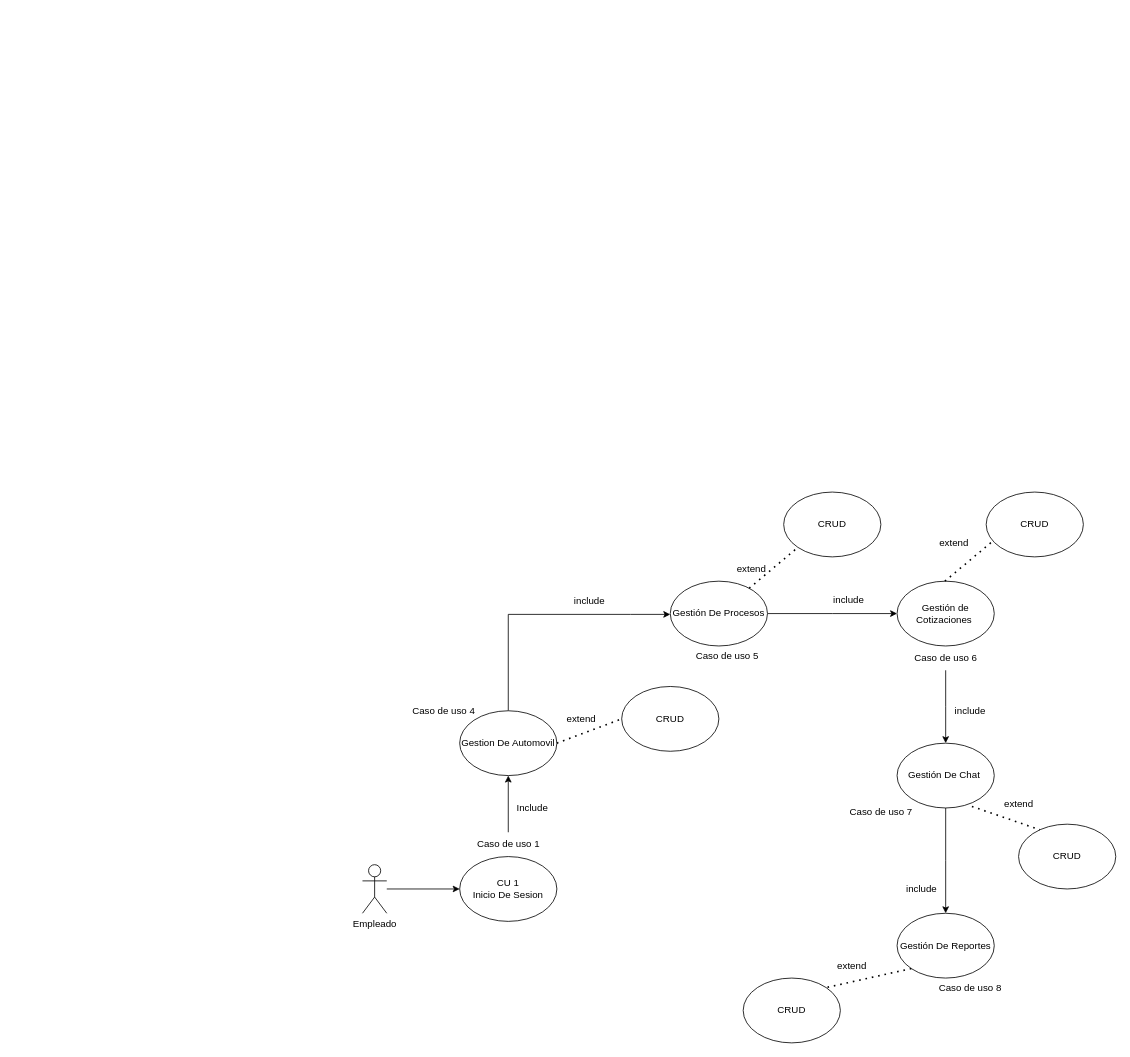
Earlier version of the draw.io diagram page "Empleado" (3 of 4) of Diagrama General FPC.drawio (Zarpien06/ADSO-FPC). Source tidied: cells renumbered, new cells numbered last; positions are measured from the earlier drawing's top-left corner, leaving out a move shared by most shapes. Both pictures are drawn from the tidied source at 81%, with x=0, y=0 at pixel (362, 492).
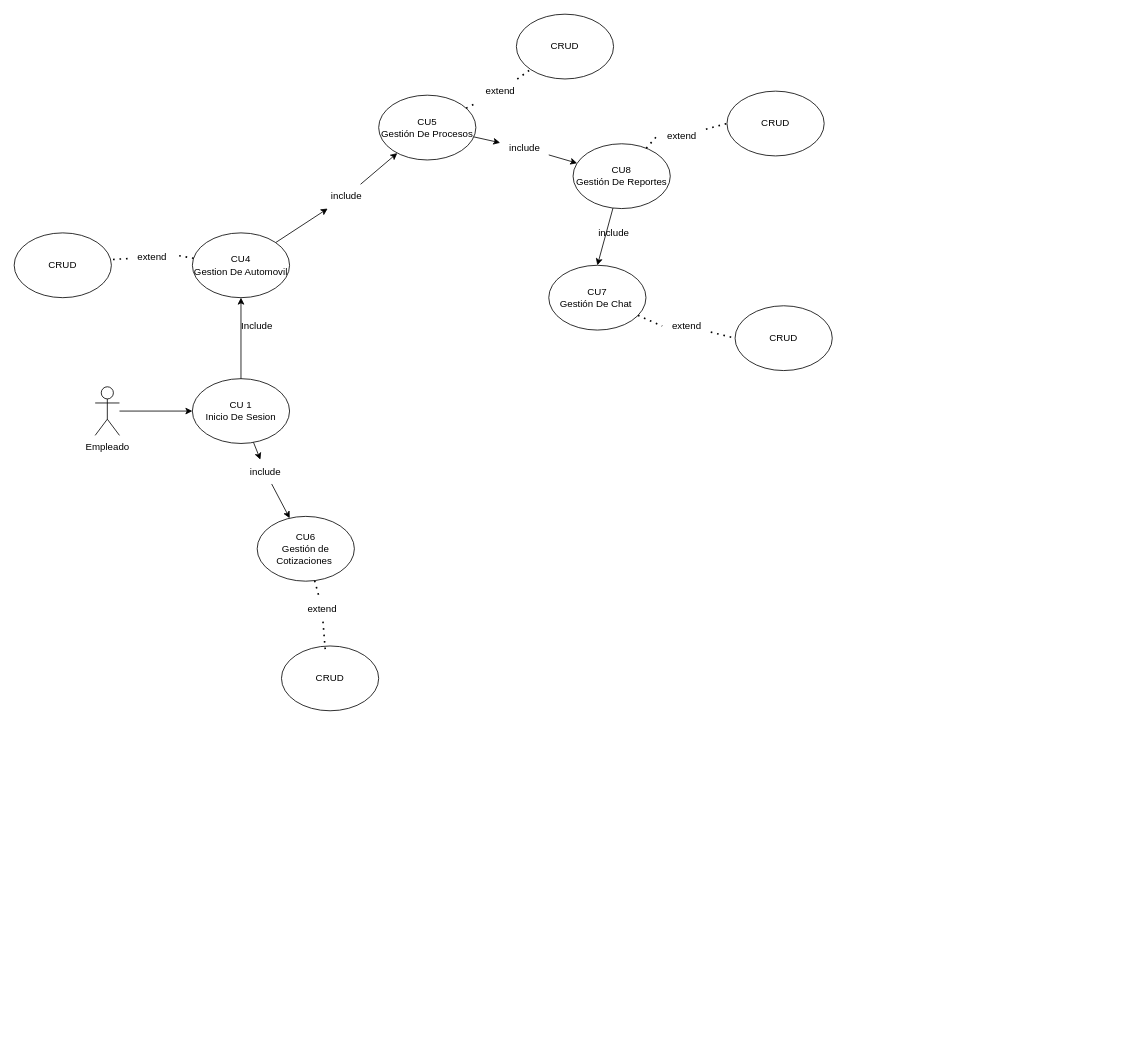
Above is the later version.

Diff of the diagram source:
```diff
@@
     <mxCell id="2" value="Empleado" style="shape=umlActor;verticalLabelPosition=bottom;verticalAlign=top;html=1;outlineConnect=0;" parent="1" vertex="1">
-      <mxGeometry y="460" width="30" height="60" as="geometry" />
+      <mxGeometry x="-330" y="-130" width="30" height="60" as="geometry" />
     </mxCell>
     <mxCell id="3" value="&lt;div&gt;CU 1&lt;/div&gt;Inicio De Sesion" style="ellipse;whiteSpace=wrap;html=1;" parent="1" vertex="1">
-      <mxGeometry x="120" y="450" width="120" height="80" as="geometry" />
+      <mxGeometry x="-210" y="-140" width="120" height="80" as="geometry" />
     </mxCell>
-    <mxCell id="4" style="edgeStyle=orthogonalEdgeStyle;rounded=0;jettySize=auto;html=1;exitX=0.5;exitY=0;exitDx=0;exitDy=0;" parent="1" edge="1" source="5">
-      <mxGeometry relative="1" as="geometry">
-        <mxPoint x="380" y="151" as="targetPoint" />
-        <Array as="points">
-          <mxPoint x="180" y="151" />
-          <mxPoint x="331" y="151" />
-        </Array>
-      </mxGeometry>
-    </mxCell>
-    <mxCell id="5" value="Gestion De Automovil" style="ellipse;whiteSpace=wrap;html=1;" parent="1" vertex="1">
-      <mxGeometry x="120" y="270" width="120" height="80" as="geometry" />
+    <mxCell id="5" value="CU4&lt;div&gt;Gestion De Automovil&lt;/div&gt;" style="ellipse;whiteSpace=wrap;html=1;" parent="1" vertex="1">
+      <mxGeometry x="-210" y="-320" width="120" height="80" as="geometry" />
     </mxCell>
-    <mxCell id="6" style="edgeStyle=orthogonalEdgeStyle;rounded=0;jettySize=auto;html=1;exitX=1;exitY=0.5;exitDx=0;exitDy=0;" parent="1" edge="1" source="7">
-      <mxGeometry relative="1" as="geometry">
-        <mxPoint x="660" y="150" as="targetPoint" />
-      </mxGeometry>
-    </mxCell>
-    <mxCell id="7" value="Gestión De Procesos" style="ellipse;whiteSpace=wrap;html=1;" parent="1" vertex="1">
-      <mxGeometry x="380" y="110" width="120" height="80" as="geometry" />
+    <mxCell id="7" value="CU5&lt;div&gt;Gestión De Procesos&lt;/div&gt;" style="ellipse;whiteSpace=wrap;html=1;" parent="1" vertex="1">
+      <mxGeometry x="20" y="-490" width="120" height="80" as="geometry" />
     </mxCell>
-    <mxCell id="8" value="Gestión de Cotizaciones&amp;nbsp;" style="ellipse;whiteSpace=wrap;html=1;" parent="1" vertex="1">
-      <mxGeometry x="660" y="110" width="120" height="80" as="geometry" />
+    <mxCell id="8" value="CU6&lt;div&gt;Gestión de Cotizaciones&amp;nbsp;&lt;/div&gt;" style="ellipse;whiteSpace=wrap;html=1;" parent="1" vertex="1">
+      <mxGeometry x="-130" y="30" width="120" height="80" as="geometry" />
     </mxCell>
-    <mxCell id="9" style="edgeStyle=orthogonalEdgeStyle;rounded=0;jettySize=auto;html=1;exitX=0.5;exitY=1;exitDx=0;exitDy=0;" parent="1" edge="1" source="10">
-      <mxGeometry relative="1" as="geometry">
-        <mxPoint x="720" y="520" as="targetPoint" />
-      </mxGeometry>
-    </mxCell>
-    <mxCell id="10" value="Gestión De Chat&amp;nbsp;" style="ellipse;whiteSpace=wrap;html=1;" parent="1" vertex="1">
-      <mxGeometry x="660" y="310" width="120" height="80" as="geometry" />
+    <mxCell id="10" value="CU7&lt;div&gt;Gestión De Chat&amp;nbsp;&lt;/div&gt;" style="ellipse;whiteSpace=wrap;html=1;" parent="1" vertex="1">
+      <mxGeometry x="230" y="-280" width="120" height="80" as="geometry" />
     </mxCell>
-    <mxCell id="11" value="Gestión De Reportes" style="ellipse;whiteSpace=wrap;html=1;" parent="1" vertex="1">
-      <mxGeometry x="660" y="520" width="120" height="80" as="geometry" />
+    <mxCell id="11" value="CU8&lt;div&gt;Gestión De Reportes&lt;/div&gt;" style="ellipse;whiteSpace=wrap;html=1;" parent="1" vertex="1">
+      <mxGeometry x="260" y="-430" width="120" height="80" as="geometry" />
     </mxCell>
     <mxCell id="12" value="CRUD" style="ellipse;whiteSpace=wrap;html=1;" parent="1" vertex="1">
-      <mxGeometry x="320" y="240" width="120" height="80" as="geometry" />
+      <mxGeometry x="-430" y="-320" width="120" height="80" as="geometry" />
     </mxCell>
-    <mxCell id="13" style="endArrow=none;dashed=1;html=1;dashPattern=1 3;strokeWidth=2;rounded=0;entryX=0;entryY=0.5;entryDx=0;entryDy=0;exitX=1;exitY=0.5;exitDx=0;exitDy=0;" parent="1" edge="1" source="5" target="12">
-      <mxGeometry relative="1" as="geometry" />
-    </mxCell>
@@
     <mxCell id="15" value="CRUD" style="ellipse;whiteSpace=wrap;html=1;" parent="1" vertex="1">
-      <mxGeometry x="810" y="410" width="120" height="80" as="geometry" />
+      <mxGeometry x="460" y="-230" width="120" height="80" as="geometry" />
     </mxCell>
     <mxCell id="16" value="CRUD" style="ellipse;whiteSpace=wrap;html=1;" parent="1" vertex="1">
-      <mxGeometry x="520" width="120" height="80" as="geometry" />
+      <mxGeometry x="190" y="-590" width="120" height="80" as="geometry" />
     </mxCell>
     <mxCell id="17" value="CRUD" style="ellipse;whiteSpace=wrap;html=1;" parent="1" vertex="1">
-      <mxGeometry x="470" y="600" width="120" height="80" as="geometry" />
+      <mxGeometry x="450" y="-495" width="120" height="80" as="geometry" />
     </mxCell>
-    <mxCell id="18" style="endArrow=none;dashed=1;html=1;dashPattern=1 3;strokeWidth=2;rounded=0;entryX=1;entryY=0;entryDx=0;entryDy=0;exitX=0;exitY=1;exitDx=0;exitDy=0;" parent="1" edge="1" source="11" target="17">
-      <mxGeometry relative="1" as="geometry" />
-    </mxCell>
-    <mxCell id="19" style="endArrow=none;dashed=1;html=1;dashPattern=1 3;strokeWidth=2;rounded=0;entryX=0.22;entryY=0.087;entryDx=0;entryDy=0;entryPerimeter=0;exitX=0.77;exitY=0.976;exitDx=0;exitDy=0;exitPerimeter=0;" parent="1" edge="1" source="10" target="15">
-      <mxGeometry relative="1" as="geometry" />
-    </mxCell>
-    <mxCell id="20" style="endArrow=none;dashed=1;html=1;dashPattern=1 3;strokeWidth=2;rounded=0;entryX=0;entryY=1;entryDx=0;entryDy=0;" parent="1" edge="1" source="7" target="16">
+    <mxCell id="20" style="endArrow=none;dashed=1;html=1;dashPattern=1 3;strokeWidth=2;rounded=0;entryX=0;entryY=1;entryDx=0;entryDy=0;" parent="1" edge="1" source="26" target="16">
       <mxGeometry relative="1" as="geometry" />
     </mxCell>
-    <mxCell id="21" style="edgeStyle=orthogonalEdgeStyle;rounded=0;jettySize=auto;html=1;entryX=0.5;entryY=1;entryDx=0;entryDy=0;" parent="1" edge="1" source="22" target="5">
+    <mxCell id="21" style="edgeStyle=orthogonalEdgeStyle;rounded=0;jettySize=auto;html=1;entryX=0.5;entryY=1;entryDx=0;entryDy=0;exitX=0.5;exitY=0;exitDx=0;exitDy=0;" parent="1" edge="1" source="3" target="5">
       <mxGeometry relative="1" as="geometry" />
     </mxCell>
-    <mxCell id="22" value="Caso de uso 1" style="text;html=1;align=center;verticalAlign=middle;points=[];strokeColor=none;fillColor=none;" parent="1" vertex="1">
-      <mxGeometry x="130" y="420" width="100" height="30" as="geometry" />
-    </mxCell>
     <mxCell id="23" value="Include" style="text;html=1;align=center;verticalAlign=middle;whiteSpace=wrap;rounded=0;" parent="1" vertex="1">
-      <mxGeometry x="180" y="375" width="60" height="30" as="geometry" />
+      <mxGeometry x="-160" y="-220" width="60" height="30" as="geometry" />
     </mxCell>
+    <mxCell id="30" value="CRUD" style="ellipse;whiteSpace=wrap;html=1;" parent="1" vertex="1">
+      <mxGeometry x="-100" y="190" width="120" height="80" as="geometry" />
+    </mxCell>
+    <mxCell id="36" value="include" style="text;html=1;align=center;verticalAlign=middle;strokeColor=none;fillColor=none;" parent="1" vertex="1">
+      <mxGeometry x="280" y="-335" width="60" height="30" as="geometry" />
+    </mxCell>
+    <mxCell id="41" style="endArrow=classic;html=1;rounded=0;" parent="1" edge="1" source="28" target="7">
+      <mxGeometry relative="1" as="geometry" />
+    </mxCell>
+    <mxCell id="42" style="endArrow=none;dashed=1;html=1;dashPattern=1 3;strokeWidth=2;rounded=0;entryX=0.983;entryY=0.413;entryDx=0;entryDy=0;entryPerimeter=0;" parent="1" edge="1" source="24" target="12">
+      <mxGeometry relative="1" as="geometry" />
+    </mxCell>
+    <mxCell id="43" style="endArrow=none;dashed=1;html=1;dashPattern=1 3;strokeWidth=2;rounded=0;entryX=0;entryY=0.5;entryDx=0;entryDy=0;" parent="1" edge="1" source="35" target="15">
+      <mxGeometry relative="1" as="geometry" />
+    </mxCell>
+    <mxCell id="44" style="endArrow=none;dashed=1;html=1;dashPattern=1 3;strokeWidth=2;rounded=0;entryX=0;entryY=0.5;entryDx=0;entryDy=0;" parent="1" edge="1" source="32" target="17">
+      <mxGeometry relative="1" as="geometry" />
+    </mxCell>
+    <mxCell id="45" style="endArrow=none;dashed=1;html=1;dashPattern=1 3;strokeWidth=2;rounded=0;entryX=0.45;entryY=0.05;entryDx=0;entryDy=0;entryPerimeter=0;" parent="1" edge="1" source="38" target="30">
+      <mxGeometry relative="1" as="geometry" />
+    </mxCell>
+    <mxCell id="46" style="endArrow=classic;html=1;rounded=0;" parent="1" edge="1" source="39" target="8">
+      <mxGeometry relative="1" as="geometry" />
+    </mxCell>
+    <mxCell id="47" style="endArrow=classic;html=1;rounded=0;entryX=0.5;entryY=0;entryDx=0;entryDy=0;" parent="1" edge="1" source="11" target="10">
+      <mxGeometry relative="1" as="geometry" />
+    </mxCell>
+    <mxCell id="48" style="endArrow=classic;html=1;rounded=0;" parent="1" edge="1" source="31" target="11">
+      <mxGeometry relative="1" as="geometry" />
+    </mxCell>
+    <mxCell id="49" style="endArrow=none;dashed=1;html=1;dashPattern=1 3;strokeWidth=2;rounded=0;entryX=0;entryY=0.5;entryDx=0;entryDy=0;" parent="1" edge="1" source="11" target="32">
+      <mxGeometry relative="1" as="geometry" />
+    </mxCell>
+    <mxCell id="32" value="extend" style="text;html=1;align=center;verticalAlign=middle;points=[];strokeColor=none;fillColor=none;" parent="1" vertex="1">
+      <mxGeometry x="364" y="-455" width="60" height="30" as="geometry" />
+    </mxCell>
+    <mxCell id="50" style="endArrow=none;dashed=1;html=1;dashPattern=1 3;strokeWidth=2;rounded=0;entryX=0;entryY=1;entryDx=0;entryDy=0;" parent="1" edge="1" source="7" target="26">
+      <mxGeometry relative="1" as="geometry" />
+    </mxCell>
+    <mxCell id="26" value="e&lt;span style=&quot;background-color: initial;&quot;&gt;xtend&lt;/span&gt;" style="text;html=1;align=center;verticalAlign=middle;points=[];strokeColor=none;fillColor=none;" parent="1" vertex="1">
+      <mxGeometry x="140" y="-510" width="60" height="30" as="geometry" />
+    </mxCell>
+    <mxCell id="51" style="endArrow=none;dashed=1;html=1;dashPattern=1 3;strokeWidth=2;rounded=0;entryX=0;entryY=0.5;entryDx=0;entryDy=0;" parent="1" edge="1" source="10" target="35">
+      <mxGeometry relative="1" as="geometry" />
+    </mxCell>
+    <mxCell id="35" value="extend" style="text;html=1;align=center;verticalAlign=middle;points=[];strokeColor=none;fillColor=none;" parent="1" vertex="1">
+      <mxGeometry x="370" y="-220" width="60" height="30" as="geometry" />
+    </mxCell>
+    <mxCell id="52" style="endArrow=classic;html=1;rounded=0;" parent="1" edge="1" source="5" target="28">
+      <mxGeometry relative="1" as="geometry" />
+    </mxCell>
+    <mxCell id="28" value="include" style="text;html=1;align=center;verticalAlign=middle;points=[];strokeColor=none;fillColor=none;" parent="1" vertex="1">
+      <mxGeometry x="-50" y="-380" width="60" height="30" as="geometry" />
+    </mxCell>
+    <mxCell id="53" style="endArrow=none;dashed=1;html=1;dashPattern=1 3;strokeWidth=2;rounded=0;entryX=0.983;entryY=0.413;entryDx=0;entryDy=0;entryPerimeter=0;" parent="1" edge="1" source="5" target="24">
+      <mxGeometry relative="1" as="geometry" />
+    </mxCell>
     <mxCell id="24" value="e&lt;span style=&quot;background-color: initial;&quot;&gt;xtend&lt;/span&gt;" style="text;html=1;align=center;verticalAlign=middle;points=[];strokeColor=none;fillColor=none;" parent="1" vertex="1">
-      <mxGeometry x="240" y="265" width="60" height="30" as="geometry" />
+      <mxGeometry x="-290" y="-305" width="60" height="30" as="geometry" />
     </mxCell>
-    <mxCell id="25" value="Caso de uso 4" style="text;html=1;align=center;verticalAlign=middle;strokeColor=none;fillColor=none;" parent="1" vertex="1">
-      <mxGeometry x="50" y="255" width="100" height="30" as="geometry" />
-    </mxCell>
-    <mxCell id="26" value="e&lt;span style=&quot;background-color: initial;&quot;&gt;xtend&lt;/span&gt;" style="text;html=1;align=center;verticalAlign=middle;points=[];strokeColor=none;fillColor=none;" parent="1" vertex="1">
-      <mxGeometry x="450" y="80" width="60" height="30" as="geometry" />
-    </mxCell>
-    <mxCell id="27" value="Caso de uso 5" style="text;html=1;align=center;verticalAlign=middle;strokeColor=none;fillColor=none;" parent="1" vertex="1">
-      <mxGeometry x="400" y="188" width="100" height="30" as="geometry" />
-    </mxCell>
-    <mxCell id="28" value="include" style="text;html=1;align=center;verticalAlign=middle;points=[];strokeColor=none;fillColor=none;" parent="1" vertex="1">
-      <mxGeometry x="250" y="120" width="60" height="30" as="geometry" />
-    </mxCell>
-    <mxCell id="29" style="endArrow=none;dashed=1;html=1;dashPattern=1 3;strokeWidth=2;rounded=0;entryX=0;entryY=1;entryDx=0;entryDy=0;" parent="1" edge="1">
-      <mxGeometry relative="1" as="geometry">
-        <mxPoint x="719" y="110" as="sourcePoint" />
-        <mxPoint x="780" y="59" as="targetPoint" />
-      </mxGeometry>
-    </mxCell>
-    <mxCell id="30" value="CRUD" style="ellipse;whiteSpace=wrap;html=1;" parent="1" vertex="1">
-      <mxGeometry x="770" width="120" height="80" as="geometry" />
-    </mxCell>
+    <mxCell id="54" style="endArrow=none;dashed=1;html=1;dashPattern=1 3;strokeWidth=2;rounded=0;entryX=0.45;entryY=0.05;entryDx=0;entryDy=0;entryPerimeter=0;" parent="1" edge="1" source="8" target="38">
+      <mxGeometry relative="1" as="geometry" />
+    </mxCell>
+    <mxCell id="38" value="extend" style="text;html=1;align=center;verticalAlign=middle;points=[];strokeColor=none;fillColor=none;" parent="1" vertex="1">
+      <mxGeometry x="-80" y="130" width="60" height="30" as="geometry" />
+    </mxCell>
+    <mxCell id="55" style="endArrow=classic;html=1;rounded=0;" parent="1" edge="1" source="3" target="39">
+      <mxGeometry relative="1" as="geometry" />
+    </mxCell>
+    <mxCell id="39" value="include" style="text;html=1;align=center;verticalAlign=middle;points=[];strokeColor=none;fillColor=none;" parent="1" vertex="1">
+      <mxGeometry x="-150" y="-40" width="60" height="30" as="geometry" />
+    </mxCell>
+    <mxCell id="56" style="endArrow=classic;html=1;rounded=0;" parent="1" edge="1" source="7" target="31">
+      <mxGeometry relative="1" as="geometry" />
+    </mxCell>
     <mxCell id="31" value="include" style="text;html=1;align=center;verticalAlign=middle;points=[];strokeColor=none;fillColor=none;" parent="1" vertex="1">
-      <mxGeometry x="570" y="118" width="60" height="30" as="geometry" />
+      <mxGeometry x="170" y="-440" width="60" height="30" as="geometry" />
     </mxCell>
-    <mxCell id="32" value="extend" style="text;html=1;align=center;verticalAlign=middle;points=[];strokeColor=none;fillColor=none;" parent="1" vertex="1">
-      <mxGeometry x="700" y="48" width="60" height="30" as="geometry" />
-    </mxCell>
-    <mxCell id="33" style="edgeStyle=orthogonalEdgeStyle;rounded=0;jettySize=auto;html=1;" parent="1" edge="1" source="34">
-      <mxGeometry relative="1" as="geometry">
-        <mxPoint x="720" y="310" as="targetPoint" />
-      </mxGeometry>
-    </mxCell>
-    <mxCell id="34" value="Caso&lt;span style=&quot;background-color: initial;&quot;&gt;&amp;nbsp;de uso 6&lt;/span&gt;" style="text;html=1;align=center;verticalAlign=middle;points=[];strokeColor=none;fillColor=none;" parent="1" vertex="1">
-      <mxGeometry x="670" y="190" width="100" height="30" as="geometry" />
-    </mxCell>
-    <mxCell id="35" value="extend" style="text;html=1;align=center;verticalAlign=middle;points=[];strokeColor=none;fillColor=none;" parent="1" vertex="1">
-      <mxGeometry x="780" y="370" width="60" height="30" as="geometry" />
-    </mxCell>
-    <mxCell id="36" value="include" style="text;html=1;align=center;verticalAlign=middle;strokeColor=none;fillColor=none;" parent="1" vertex="1">
-      <mxGeometry x="720" y="255" width="60" height="30" as="geometry" />
-    </mxCell>
-    <mxCell id="37" value="Caso de uso 7" style="text;html=1;align=center;verticalAlign=middle;strokeColor=none;fillColor=none;" parent="1" vertex="1">
-      <mxGeometry x="590" y="380" width="100" height="30" as="geometry" />
-    </mxCell>
-    <mxCell id="38" value="extend" style="text;html=1;align=center;verticalAlign=middle;points=[];strokeColor=none;fillColor=none;" parent="1" vertex="1">
-      <mxGeometry x="574" y="570" width="60" height="30" as="geometry" />
-    </mxCell>
-    <mxCell id="39" value="include" style="text;html=1;align=center;verticalAlign=middle;points=[];strokeColor=none;fillColor=none;" parent="1" vertex="1">
-      <mxGeometry x="660" y="475" width="60" height="30" as="geometry" />
-    </mxCell>
-    <mxCell id="40" value="Caso de uso 8" style="text;html=1;align=center;verticalAlign=middle;strokeColor=none;fillColor=none;" parent="1" vertex="1">
-      <mxGeometry x="700" y="598" width="100" height="30" as="geometry" />
-    </mxCell>
```
